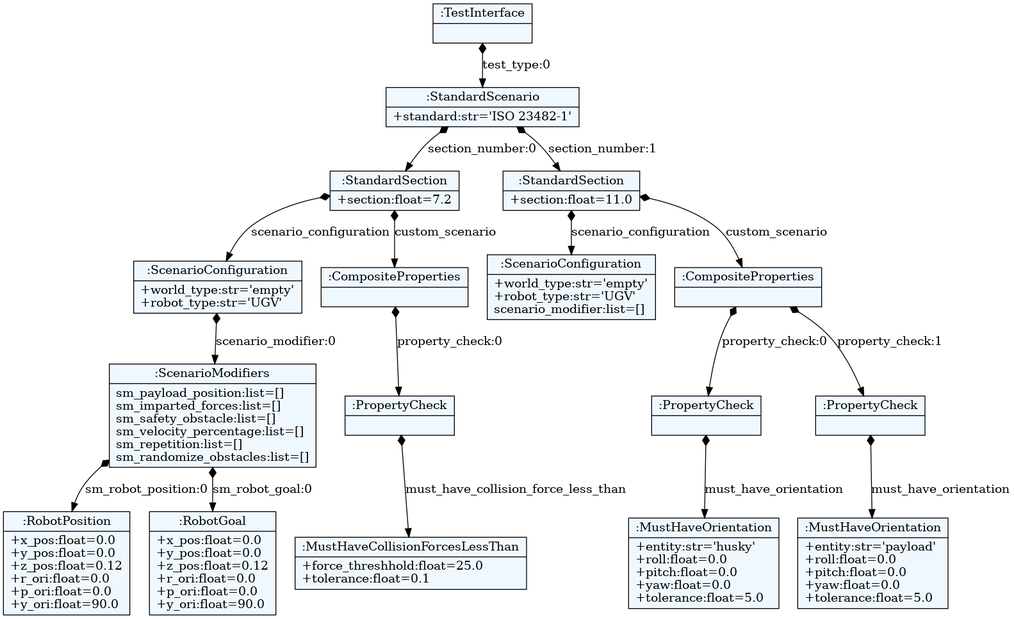
SOHAIL1996/property_based_tester keeps this Graphviz diagram as src/property_based_tester/property_based_language_generation/test_definitions.dot.png. Above is the earlier version. Its source is kept beside it as src/property_based_tester/property_based_language_generation/test_definitions.dot.
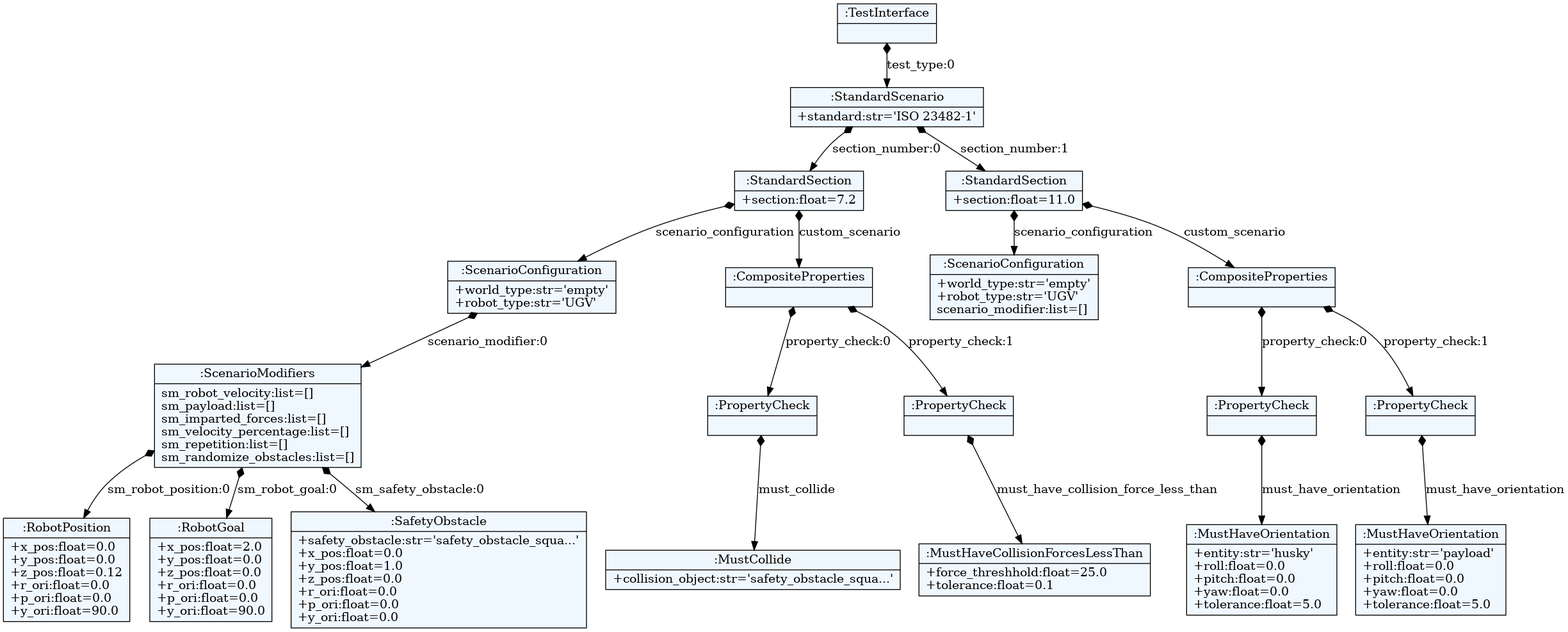
After the commit.

Commit message:
resloving clash with force plugin and urdf (LiDar)

Change to the diagram source:
```diff
@@ -10,38 +10,44 @@
     edge[dir=black,arrowtail=empty]
 
 
-139875856882320 -> 139875856881408 [label="test_type:0" arrowtail=diamond dir=both]
-139875856881408 -> 139875856973488 [label="section_number:0" arrowtail=diamond dir=both]
-139875856973488 -> 139875856972624 [label="scenario_configuration" arrowtail=diamond dir=both]
-139875856972624 -> 139875856971952 [label="scenario_modifier:0" arrowtail=diamond dir=both]
-139875856971952 -> 139875856971184 [label="sm_robot_position:0" arrowtail=diamond dir=both]
-139875856971184[label="{:RobotPosition|+x_pos:float=0.0\l+y_pos:float=0.0\l+z_pos:float=0.12\l+r_ori:float=0.0\l+p_ori:float=0.0\l+y_ori:float=90.0\l}"]
-139875856971952 -> 139875856971232 [label="sm_robot_goal:0" arrowtail=diamond dir=both]
-139875856971232[label="{:RobotGoal|+x_pos:float=0.0\l+y_pos:float=0.0\l+z_pos:float=0.12\l+r_ori:float=0.0\l+p_ori:float=0.0\l+y_ori:float=90.0\l}"]
-139875856971952[label="{:ScenarioModifiers|sm_payload_position:list=[]\lsm_imparted_forces:list=[]\lsm_safety_obstacle:list=[]\lsm_velocity_percentage:list=[]\lsm_repetition:list=[]\lsm_randomize_obstacles:list=[]\l}"]
-139875856972624[label="{:ScenarioConfiguration|+world_type:str='empty'\l+robot_type:str='UGV'\l}"]
-139875856973488 -> 139875856972240 [label="custom_scenario" arrowtail=diamond dir=both]
-139875856972240 -> 139875856970704 [label="property_check:0" arrowtail=diamond dir=both]
-139875856970704 -> 139875856969888 [label="must_have_collision_force_less_than" arrowtail=diamond dir=both]
-139875856969888[label="{:MustHaveCollisionForcesLessThan|+force_threshhold:float=25.0\l+tolerance:float=0.1\l}"]
-139875856970704[label="{:PropertyCheck|}"]
-139875856972240[label="{:CompositeProperties|}"]
-139875856973488[label="{:StandardSection|+section:float=7.2\l}"]
-139875856881408 -> 139875856973536 [label="section_number:1" arrowtail=diamond dir=both]
-139875856973536 -> 139875856971568 [label="scenario_configuration" arrowtail=diamond dir=both]
-139875856971568[label="{:ScenarioConfiguration|+world_type:str='empty'\l+robot_type:str='UGV'\lscenario_modifier:list=[]\l}"]
-139875856973536 -> 139875856971616 [label="custom_scenario" arrowtail=diamond dir=both]
-139875856971616 -> 139875856833360 [label="property_check:0" arrowtail=diamond dir=both]
-139875856833360 -> 139875856833024 [label="must_have_orientation" arrowtail=diamond dir=both]
-139875856833024[label="{:MustHaveOrientation|+entity:str='husky'\l+roll:float=0.0\l+pitch:float=0.0\l+yaw:float=0.0\l+tolerance:float=5.0\l}"]
-139875856833360[label="{:PropertyCheck|}"]
-139875856971616 -> 139875856972288 [label="property_check:1" arrowtail=diamond dir=both]
-139875856972288 -> 139875856833072 [label="must_have_orientation" arrowtail=diamond dir=both]
-139875856833072[label="{:MustHaveOrientation|+entity:str='payload'\l+roll:float=0.0\l+pitch:float=0.0\l+yaw:float=0.0\l+tolerance:float=5.0\l}"]
-139875856972288[label="{:PropertyCheck|}"]
-139875856971616[label="{:CompositeProperties|}"]
-139875856973536[label="{:StandardSection|+section:float=11.0\l}"]
-139875856881408[label="{:StandardScenario|+standard:str='ISO 23482-1'\l}"]
-139875856882320[label="{:TestInterface|}"]
+140602595076608 -> 140602595075312 [label="test_type:0" arrowtail=diamond dir=both]
+140602595075312 -> 140602595074448 [label="section_number:0" arrowtail=diamond dir=both]
+140602595074448 -> 140602595216880 [label="scenario_configuration" arrowtail=diamond dir=both]
+140602595216880 -> 140602595216448 [label="scenario_modifier:0" arrowtail=diamond dir=both]
+140602595216448 -> 140602595215584 [label="sm_robot_position:0" arrowtail=diamond dir=both]
+140602595215584[label="{:RobotPosition|+x_pos:float=0.0\l+y_pos:float=0.0\l+z_pos:float=0.12\l+r_ori:float=0.0\l+p_ori:float=0.0\l+y_ori:float=90.0\l}"]
+140602595216448 -> 140602595215632 [label="sm_robot_goal:0" arrowtail=diamond dir=both]
+140602595215632[label="{:RobotGoal|+x_pos:float=2.0\l+y_pos:float=0.0\l+z_pos:float=0.0\l+r_ori:float=0.0\l+p_ori:float=0.0\l+y_ori:float=90.0\l}"]
+140602595216448 -> 140602595215488 [label="sm_safety_obstacle:0" arrowtail=diamond dir=both]
+140602595215488[label="{:SafetyObstacle|+safety_obstacle:str='safety_obstacle_squa...'\l+x_pos:float=0.0\l+y_pos:float=1.0\l+z_pos:float=0.0\l+r_ori:float=0.0\l+p_ori:float=0.0\l+y_ori:float=0.0\l}"]
+140602595216448[label="{:ScenarioModifiers|sm_robot_velocity:list=[]\lsm_payload:list=[]\lsm_imparted_forces:list=[]\lsm_velocity_percentage:list=[]\lsm_repetition:list=[]\lsm_randomize_obstacles:list=[]\l}"]
+140602595216880[label="{:ScenarioConfiguration|+world_type:str='empty'\l+robot_type:str='UGV'\l}"]
+140602595074448 -> 140602595216688 [label="custom_scenario" arrowtail=diamond dir=both]
+140602595216688 -> 140602595215536 [label="property_check:0" arrowtail=diamond dir=both]
+140602595215536 -> 140602595215104 [label="must_collide" arrowtail=diamond dir=both]
+140602595215104[label="{:MustCollide|+collision_object:str='safety_obstacle_squa...'\l}"]
+140602595215536[label="{:PropertyCheck|}"]
+140602595216688 -> 140602595215056 [label="property_check:1" arrowtail=diamond dir=both]
+140602595215056 -> 140602595118768 [label="must_have_collision_force_less_than" arrowtail=diamond dir=both]
+140602595118768[label="{:MustHaveCollisionForcesLessThan|+force_threshhold:float=25.0\l+tolerance:float=0.1\l}"]
+140602595215056[label="{:PropertyCheck|}"]
+140602595216688[label="{:CompositeProperties|}"]
+140602595074448[label="{:StandardSection|+section:float=7.2\l}"]
+140602595075312 -> 140602595216928 [label="section_number:1" arrowtail=diamond dir=both]
+140602595216928 -> 140602595215872 [label="scenario_configuration" arrowtail=diamond dir=both]
+140602595215872[label="{:ScenarioConfiguration|+world_type:str='empty'\l+robot_type:str='UGV'\lscenario_modifier:list=[]\l}"]
+140602595216928 -> 140602595214576 [label="custom_scenario" arrowtail=diamond dir=both]
+140602595214576 -> 140602595118048 [label="property_check:0" arrowtail=diamond dir=both]
+140602595118048 -> 140602595117712 [label="must_have_orientation" arrowtail=diamond dir=both]
+140602595117712[label="{:MustHaveOrientation|+entity:str='husky'\l+roll:float=0.0\l+pitch:float=0.0\l+yaw:float=0.0\l+tolerance:float=5.0\l}"]
+140602595118048[label="{:PropertyCheck|}"]
+140602595214576 -> 140602595216736 [label="property_check:1" arrowtail=diamond dir=both]
+140602595216736 -> 140602595117760 [label="must_have_orientation" arrowtail=diamond dir=both]
+140602595117760[label="{:MustHaveOrientation|+entity:str='payload'\l+roll:float=0.0\l+pitch:float=0.0\l+yaw:float=0.0\l+tolerance:float=5.0\l}"]
+140602595216736[label="{:PropertyCheck|}"]
+140602595214576[label="{:CompositeProperties|}"]
+140602595216928[label="{:StandardSection|+section:float=11.0\l}"]
+140602595075312[label="{:StandardScenario|+standard:str='ISO 23482-1'\l}"]
+140602595076608[label="{:TestInterface|}"]
 
 }
```
